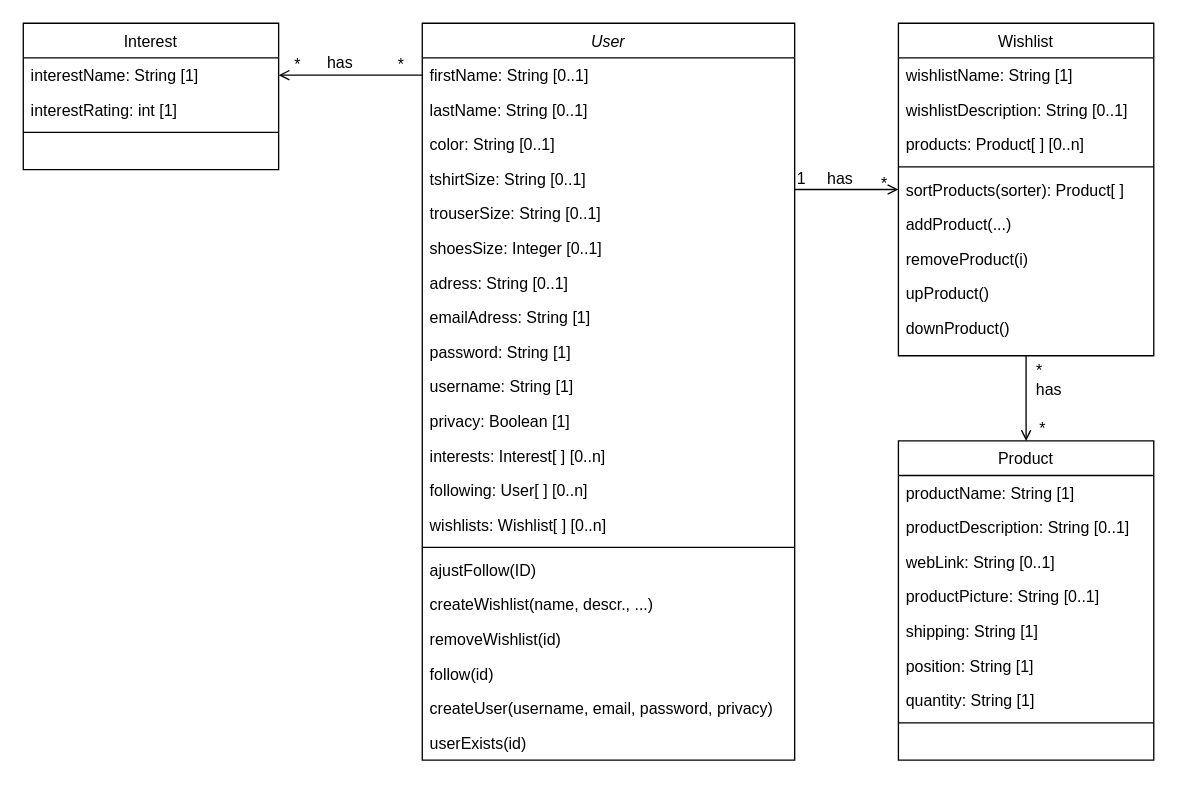
Earlier version of the draw.io diagram Diagrammes/ClassDiagram.drawio (NNepper/LSINF1225-2020-GroupeL1.1-WishList). Source tidied: cells renumbered, new cells numbered last; positions are measured from the earlier drawing's top-left corner, leaving out a move shared by most shapes. Both pictures are drawn from the tidied source at 133%, with x=0, y=0 at pixel (23, 23).
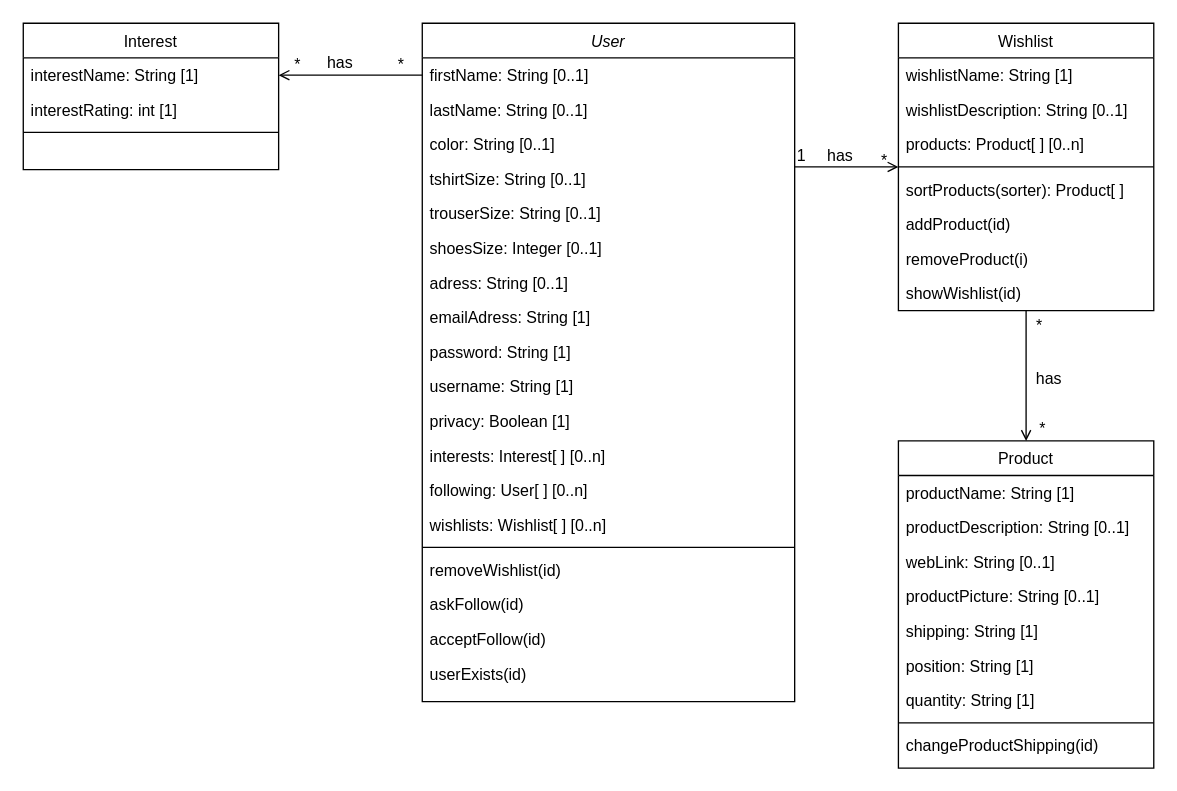
The same page after the edit.

Commit message:
Modification des fonctions

Change to the diagram source:
```diff
@@
     <mxCell id="2" value="User" style="swimlane;fontStyle=2;align=center;verticalAlign=top;horizontal=1;startSize=26;rounded=0;shadow=0;strokeWidth=1;" parent="1" vertex="1">
-      <mxGeometry x="300" width="280" height="554" as="geometry" />
+      <mxGeometry x="300" width="280" height="510" as="geometry" />
     </mxCell>
@@
-    <mxCell id="18" value="ajustFollow(ID)" style="text;align=left;verticalAlign=top;spacingLeft=4;spacingRight=4;overflow=hidden;" parent="2" vertex="1">
-      <mxGeometry y="398" width="280" height="26" as="geometry" />
-    </mxCell>
-    <mxCell id="19" value="createWishlist(name, descr., ...)" style="text;align=left;verticalAlign=top;spacingLeft=4;spacingRight=4;overflow=hidden;" parent="2" vertex="1">
-      <mxGeometry y="424" width="280" height="26" as="geometry" />
-    </mxCell>
     <mxCell id="20" value="removeWishlist(id)" style="text;align=left;verticalAlign=top;spacingLeft=4;spacingRight=4;overflow=hidden;" parent="2" vertex="1">
-      <mxGeometry y="450" width="280" height="26" as="geometry" />
+      <mxGeometry y="398" width="280" height="26" as="geometry" />
     </mxCell>
-    <mxCell id="21" value="follow(id)" style="text;align=left;verticalAlign=top;spacingLeft=4;spacingRight=4;overflow=hidden;" parent="2" vertex="1">
-      <mxGeometry y="476" width="280" height="26" as="geometry" />
+    <mxCell id="21" value="askFollow(id)" style="text;align=left;verticalAlign=top;spacingLeft=4;spacingRight=4;overflow=hidden;" parent="2" vertex="1">
+      <mxGeometry y="424" width="280" height="26" as="geometry" />
     </mxCell>
-    <mxCell id="22" value="createUser(username, email, password, privacy)" style="text;align=left;verticalAlign=top;spacingLeft=4;spacingRight=4;overflow=hidden;" parent="2" vertex="1">
-      <mxGeometry y="502" width="280" height="26" as="geometry" />
-    </mxCell>
+    <mxCell id="59" value="acceptFollow(id)" style="text;align=left;verticalAlign=top;spacingLeft=4;spacingRight=4;overflow=hidden;" parent="2" vertex="1">
+      <mxGeometry y="450" width="280" height="26" as="geometry" />
+    </mxCell>
     <mxCell id="23" value="userExists(id)" style="text;align=left;verticalAlign=top;spacingLeft=4;spacingRight=4;overflow=hidden;" parent="2" vertex="1">
-      <mxGeometry y="528" width="280" height="26" as="geometry" />
+      <mxGeometry y="476" width="280" height="26" as="geometry" />
     </mxCell>
     <mxCell id="24" value="Wishlist" style="swimlane;fontStyle=0;align=center;verticalAlign=top;horizontal=1;startSize=26;rounded=0;shadow=0;strokeWidth=1;" parent="1" vertex="1">
-      <mxGeometry x="658" width="192" height="250" as="geometry" />
+      <mxGeometry x="658" width="192" height="216" as="geometry" />
     </mxCell>
@@
-    <mxCell id="30" value="addProduct(...)" style="text;align=left;verticalAlign=top;spacingLeft=4;spacingRight=4;overflow=hidden;rounded=0;shadow=0;html=0;" parent="24" vertex="1">
+    <mxCell id="30" value="addProduct(id)" style="text;align=left;verticalAlign=top;spacingLeft=4;spacingRight=4;overflow=hidden;rounded=0;shadow=0;html=0;" parent="24" vertex="1">
       <mxGeometry y="138" width="192" height="26" as="geometry" />
     </mxCell>
@@
-    <mxCell id="32" value="upProduct()" style="text;align=left;verticalAlign=top;spacingLeft=4;spacingRight=4;overflow=hidden;rounded=0;shadow=0;html=0;" parent="24" vertex="1">
-      <mxGeometry y="190" width="192" height="26" as="geometry" />
-    </mxCell>
-    <mxCell id="33" value="downProduct()" style="text;align=left;verticalAlign=top;spacingLeft=4;spacingRight=4;overflow=hidden;rounded=0;shadow=0;html=0;" parent="24" vertex="1">
-      <mxGeometry y="216" width="192" height="26" as="geometry" />
-    </mxCell>
+    <mxCell id="60" value="showWishlist(id)" style="text;align=left;verticalAlign=top;spacingLeft=4;spacingRight=4;overflow=hidden;rounded=0;shadow=0;html=0;" parent="24" vertex="1">
+      <mxGeometry y="190" width="192" height="26" as="geometry" />
+    </mxCell>
@@
     <mxCell id="46" value="Product" style="swimlane;fontStyle=0;align=center;verticalAlign=top;horizontal=1;startSize=26;rounded=0;shadow=0;strokeWidth=1;" parent="1" vertex="1">
-      <mxGeometry x="658" y="314" width="192" height="240" as="geometry" />
+      <mxGeometry x="658" y="314" width="192" height="246" as="geometry" />
     </mxCell>
@@
+    <mxCell id="61" value="changeProductShipping(id)" style="text;align=left;verticalAlign=top;spacingLeft=4;spacingRight=4;overflow=hidden;" parent="46" vertex="1">
+      <mxGeometry y="216" width="192" height="26" as="geometry" />
+    </mxCell>
```
